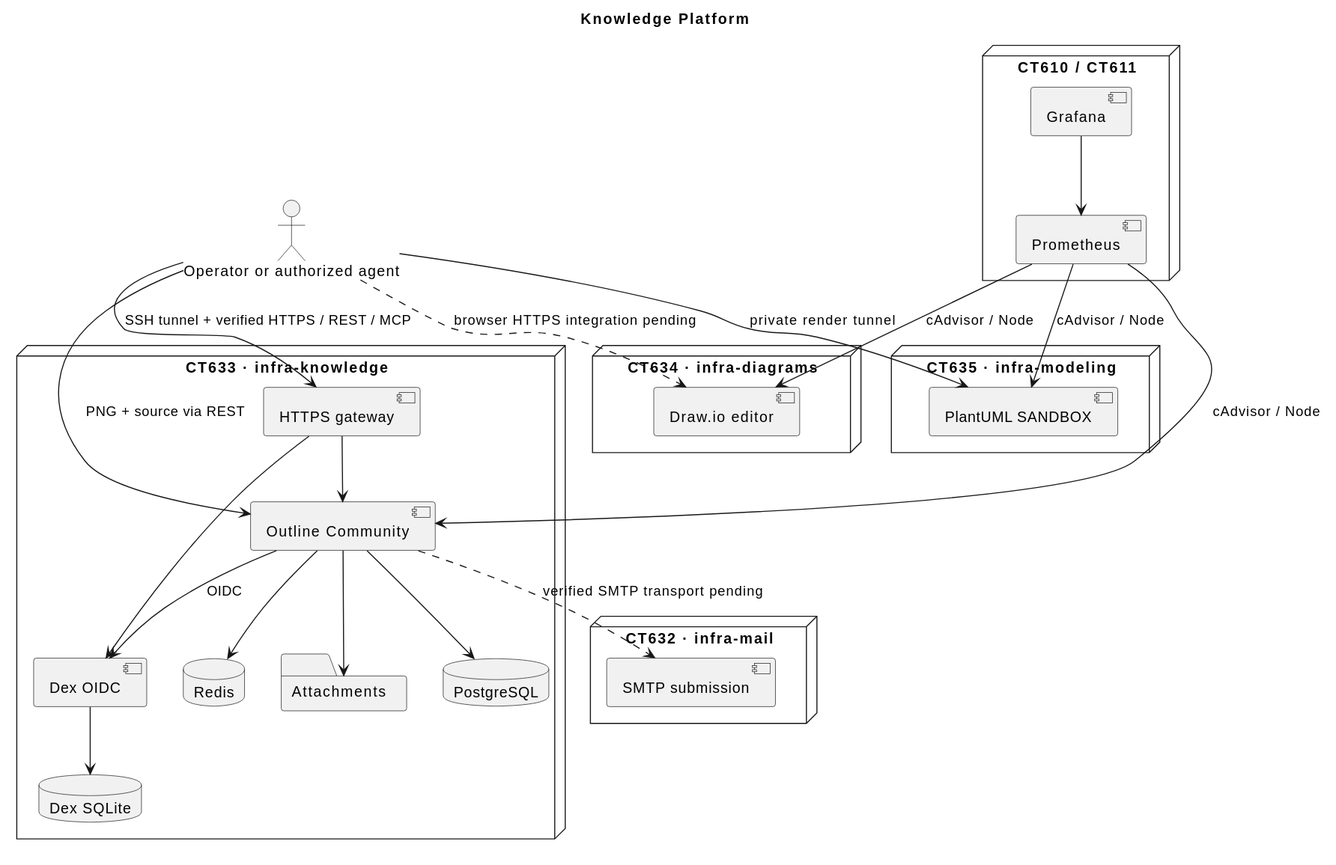
This is terraform/proxmox/docs/runbooks/knowledge-platform/architecture.svg from eduardo152030/mailerblend-platform-infra, a PlantUML export, as it was before one commit. Source of this version:
```plantuml
@startuml
title Knowledge Platform
actor "Operator or authorized agent" as user
node "CT633 · infra-knowledge" {
  component "HTTPS gateway" as gateway
  component "Dex OIDC" as dex
  component "Outline Community" as wiki
  database PostgreSQL as pg
  database Redis
  folder Attachments
  database "Dex SQLite" as sqlite
}
node "CT634 · infra-diagrams" {
  component "Draw.io editor" as draw
}
node "CT635 · infra-modeling" {
  component "PlantUML SANDBOX" as plant
}
node "CT632 · infra-mail" {
  component "SMTP submission" as mail
}
node "CT610 / CT611" {
  component Prometheus
  component Grafana
}
user --> gateway : SSH tunnel + verified HTTPS / REST / MCP
gateway --> wiki
gateway --> dex
wiki --> dex : OIDC
wiki --> pg
wiki --> Redis
wiki --> Attachments
dex --> sqlite
user --> plant : private render tunnel
user --> wiki : PNG + source via REST
user ..> draw : browser HTTPS integration pending
wiki ..> mail : verified SMTP transport pending
Prometheus --> plant : cAdvisor / Node
Prometheus --> wiki : cAdvisor / Node
Prometheus --> draw : cAdvisor / Node
Grafana --> Prometheus
@enduml
```
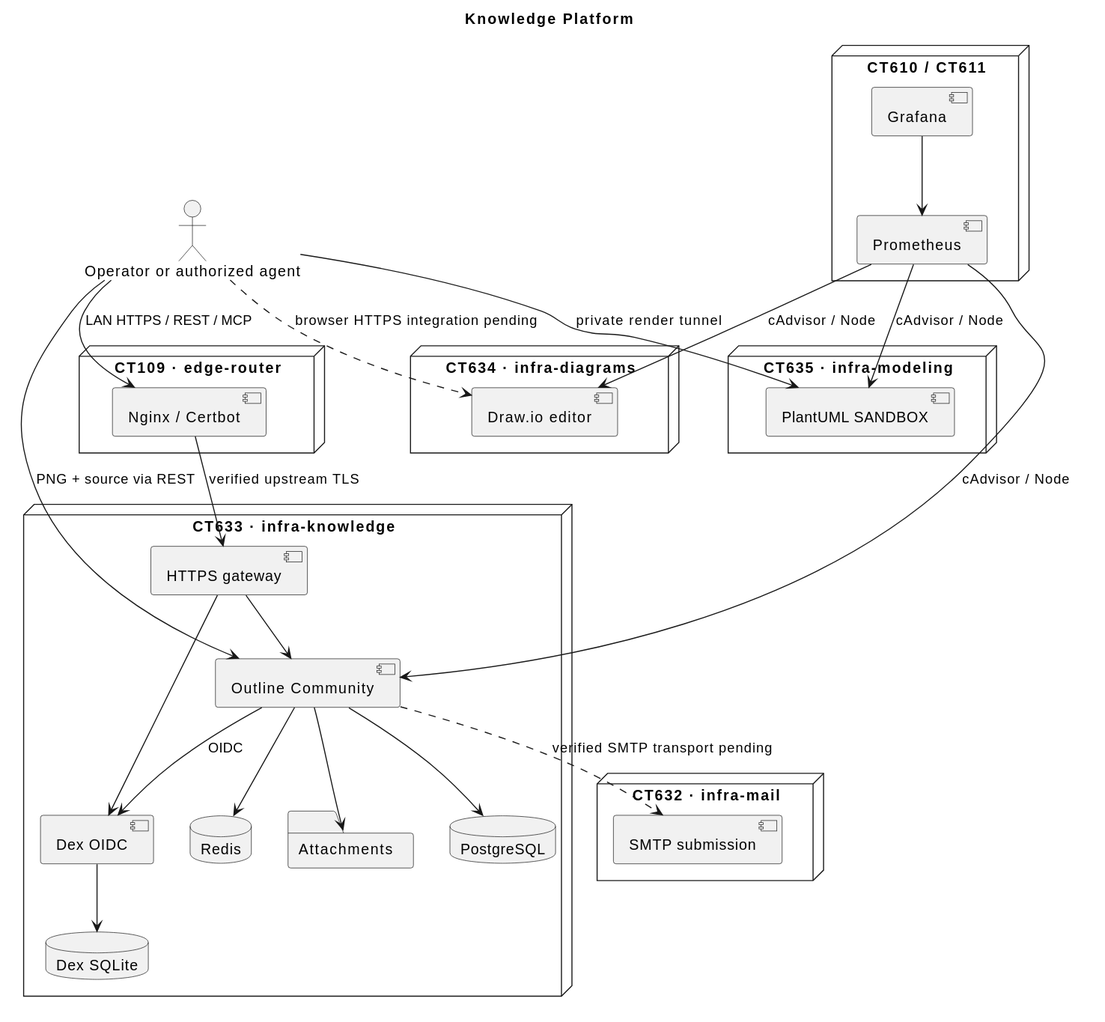
After the change.

What changed in the source:
```diff
@@ -1,6 +1,9 @@
 @startuml
 title Knowledge Platform
 actor "Operator or authorized agent" as user
+node "CT109 · edge-router" {
+  component "Nginx / Certbot" as edge
+}
 node "CT633 · infra-knowledge" {
   component "HTTPS gateway" as gateway
   component "Dex OIDC" as dex
@@ -23,7 +26,8 @@
   component Prometheus
   component Grafana
 }
-user --> gateway : SSH tunnel + verified HTTPS / REST / MCP
+user --> edge : LAN HTTPS / REST / MCP
+edge --> gateway : verified upstream TLS
 gateway --> wiki
 gateway --> dex
 wiki --> dex : OIDC
```
